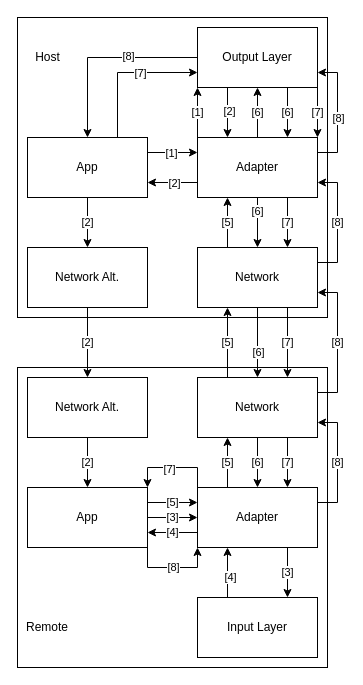
Before: protocol.drawio in loreanvictor/observables-over-boundary, a draw.io diagram. Source tidied: cells renumbered, new cells numbered last; positions are measured from the earlier drawing's top-left corner, leaving out a move shared by most shapes. Both pictures are drawn from the tidied source at 100%, with x=0, y=0 at pixel (17, 17).
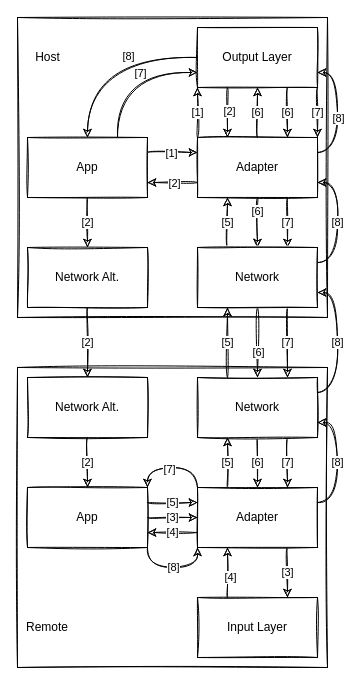
The same diagram, later.

The edit, as a diff of the source:
```diff
@@
-    <mxCell id="2" style="rounded=0;whiteSpace=wrap;html=1;" parent="1" vertex="1">
+    <mxCell id="2" style="whiteSpace=wrap;html=1;sketch=1;" parent="1" vertex="1">
       <mxGeometry y="350" width="310" height="300" as="geometry" />
     </mxCell>
-    <mxCell id="3" style="rounded=0;whiteSpace=wrap;html=1;" parent="1" vertex="1">
+    <mxCell id="3" style="whiteSpace=wrap;html=1;sketch=1;" parent="1" vertex="1">
       <mxGeometry width="310" height="300" as="geometry" />
     </mxCell>
-    <mxCell id="4" style="edgeStyle=orthogonalEdgeStyle;rounded=0;orthogonalLoop=1;jettySize=auto;html=1;exitX=0.5;exitY=1;exitDx=0;exitDy=0;" parent="1" edge="1">
+    <mxCell id="4" style="edgeStyle=orthogonalEdgeStyle;orthogonalLoop=1;jettySize=auto;html=1;exitX=0.5;exitY=1;exitDx=0;exitDy=0;sketch=1;curved=1;" parent="1" edge="1">
       <mxGeometry relative="1" as="geometry">
         <mxPoint x="50" y="220" as="sourcePoint" />
         <mxPoint x="50" y="220" as="targetPoint" />
       </mxGeometry>
     </mxCell>
-    <mxCell id="5" style="edgeStyle=orthogonalEdgeStyle;rounded=0;jettySize=auto;html=1;exitX=1;exitY=0.25;exitDx=0;exitDy=0;entryX=0;entryY=0.25;entryDx=0;entryDy=0;" parent="1" edge="1" source="10" target="20">
+    <mxCell id="5" style="edgeStyle=orthogonalEdgeStyle;jettySize=auto;html=1;exitX=1;exitY=0.25;exitDx=0;exitDy=0;entryX=0;entryY=0.25;entryDx=0;entryDy=0;sketch=1;curved=1;" parent="1" edge="1" source="10" target="20">
       <mxGeometry relative="1" as="geometry" />
     </mxCell>
-    <mxCell id="6" value="[1]" style="edgeLabel;html=1;align=center;verticalAlign=middle;" parent="5" vertex="1">
+    <mxCell id="6" value="[1]" style="edgeLabel;html=1;align=center;verticalAlign=middle;sketch=1;" parent="5" vertex="1">
       <mxGeometry x="-0.08" relative="1" as="geometry" />
     </mxCell>
-    <mxCell id="7" value="[2]" style="edgeStyle=orthogonalEdgeStyle;rounded=0;jettySize=auto;html=1;exitX=0.5;exitY=1;exitDx=0;exitDy=0;entryX=0.5;entryY=0;entryDx=0;entryDy=0;" parent="1" edge="1" source="10" target="29">
+    <mxCell id="7" value="[2]" style="edgeStyle=orthogonalEdgeStyle;jettySize=auto;html=1;exitX=0.5;exitY=1;exitDx=0;exitDy=0;entryX=0.5;entryY=0;entryDx=0;entryDy=0;sketch=1;curved=1;" parent="1" edge="1" source="10" target="29">
       <mxGeometry relative="1" as="geometry" />
     </mxCell>
-    <mxCell id="8" style="edgeStyle=orthogonalEdgeStyle;rounded=0;jettySize=auto;html=1;exitX=0.75;exitY=0;exitDx=0;exitDy=0;entryX=0;entryY=0.75;entryDx=0;entryDy=0;" parent="1" edge="1" source="10" target="27">
+    <mxCell id="8" style="edgeStyle=orthogonalEdgeStyle;jettySize=auto;html=1;exitX=0.75;exitY=0;exitDx=0;exitDy=0;entryX=0;entryY=0.75;entryDx=0;entryDy=0;sketch=1;curved=1;" parent="1" edge="1" source="10" target="27">
       <mxGeometry relative="1" as="geometry" />
     </mxCell>
-    <mxCell id="9" value="[7]" style="edgeLabel;html=1;align=center;verticalAlign=middle;" parent="8" vertex="1">
+    <mxCell id="9" value="[7]" style="edgeLabel;html=1;align=center;verticalAlign=middle;sketch=1;" parent="8" vertex="1">
       <mxGeometry x="0.2" relative="1" as="geometry" />
     </mxCell>
-    <mxCell id="10" value="App" style="rounded=0;whiteSpace=wrap;html=1;" parent="1" vertex="1">
+    <mxCell id="10" value="App" style="whiteSpace=wrap;html=1;sketch=1;" parent="1" vertex="1">
       <mxGeometry x="10" y="120" width="120" height="60" as="geometry" />
     </mxCell>
-    <mxCell id="11" value="[1]" style="edgeStyle=orthogonalEdgeStyle;rounded=0;jettySize=auto;html=1;exitX=0;exitY=0;exitDx=0;exitDy=0;entryX=0;entryY=1;entryDx=0;entryDy=0;" parent="1" edge="1" source="20" target="27">
+    <mxCell id="11" value="[1]" style="edgeStyle=orthogonalEdgeStyle;jettySize=auto;html=1;exitX=0;exitY=0;exitDx=0;exitDy=0;entryX=0;entryY=1;entryDx=0;entryDy=0;sketch=1;curved=1;" parent="1" edge="1" source="20" target="27">
       <mxGeometry relative="1" as="geometry" />
     </mxCell>
-    <mxCell id="12" style="edgeStyle=orthogonalEdgeStyle;rounded=0;jettySize=auto;html=1;exitX=0;exitY=0.75;exitDx=0;exitDy=0;entryX=1;entryY=0.75;entryDx=0;entryDy=0;" parent="1" edge="1" source="20" target="10">
+    <mxCell id="12" style="edgeStyle=orthogonalEdgeStyle;jettySize=auto;html=1;exitX=0;exitY=0.75;exitDx=0;exitDy=0;entryX=1;entryY=0.75;entryDx=0;entryDy=0;sketch=1;curved=1;" parent="1" edge="1" source="20" target="10">
       <mxGeometry relative="1" as="geometry" />
     </mxCell>
-    <mxCell id="13" value="[2]" style="edgeLabel;html=1;align=center;verticalAlign=middle;" parent="12" vertex="1">
+    <mxCell id="13" value="[2]" style="edgeLabel;html=1;align=center;verticalAlign=middle;sketch=1;" parent="12" vertex="1">
       <mxGeometry x="-0.06" relative="1" as="geometry" />
     </mxCell>
-    <mxCell id="14" value="[6]" style="edgeStyle=orthogonalEdgeStyle;rounded=0;jettySize=auto;html=1;exitX=0.5;exitY=0;exitDx=0;exitDy=0;entryX=0.5;entryY=1;entryDx=0;entryDy=0;" parent="1" edge="1" source="20" target="27">
+    <mxCell id="14" value="[6]" style="edgeStyle=orthogonalEdgeStyle;jettySize=auto;html=1;exitX=0.5;exitY=0;exitDx=0;exitDy=0;entryX=0.5;entryY=1;entryDx=0;entryDy=0;sketch=1;curved=1;" parent="1" edge="1" source="20" target="27">
       <mxGeometry relative="1" as="geometry" />
     </mxCell>
-    <mxCell id="15" style="edgeStyle=orthogonalEdgeStyle;rounded=0;jettySize=auto;html=1;exitX=0.5;exitY=1;exitDx=0;exitDy=0;entryX=0.5;entryY=0;entryDx=0;entryDy=0;" parent="1" edge="1" source="20" target="35">
+    <mxCell id="15" style="edgeStyle=orthogonalEdgeStyle;jettySize=auto;html=1;exitX=0.5;exitY=1;exitDx=0;exitDy=0;entryX=0.5;entryY=0;entryDx=0;entryDy=0;sketch=1;curved=1;" parent="1" edge="1" source="20" target="35">
       <mxGeometry relative="1" as="geometry" />
     </mxCell>
-    <mxCell id="16" value="[6]" style="edgeLabel;html=1;align=center;verticalAlign=middle;" parent="15" vertex="1">
+    <mxCell id="16" value="[6]" style="edgeLabel;html=1;align=center;verticalAlign=middle;sketch=1;" parent="15" vertex="1">
       <mxGeometry x="-0.48" y="-1" relative="1" as="geometry" />
     </mxCell>
-    <mxCell id="17" value="[7]" style="edgeStyle=orthogonalEdgeStyle;rounded=0;jettySize=auto;html=1;exitX=0.75;exitY=1;exitDx=0;exitDy=0;entryX=0.75;entryY=0;entryDx=0;entryDy=0;" parent="1" edge="1" source="20" target="35">
+    <mxCell id="17" value="[7]" style="edgeStyle=orthogonalEdgeStyle;jettySize=auto;html=1;exitX=0.75;exitY=1;exitDx=0;exitDy=0;entryX=0.75;entryY=0;entryDx=0;entryDy=0;sketch=1;curved=1;" parent="1" edge="1" source="20" target="35">
       <mxGeometry relative="1" as="geometry" />
     </mxCell>
-    <mxCell id="18" style="edgeStyle=orthogonalEdgeStyle;rounded=0;jettySize=auto;html=1;exitX=1;exitY=0.25;exitDx=0;exitDy=0;entryX=1;entryY=0.75;entryDx=0;entryDy=0;" parent="1" edge="1" source="20" target="27">
+    <mxCell id="18" style="edgeStyle=orthogonalEdgeStyle;jettySize=auto;html=1;exitX=1;exitY=0.25;exitDx=0;exitDy=0;entryX=1;entryY=0.75;entryDx=0;entryDy=0;sketch=1;curved=1;" parent="1" edge="1" source="20" target="27">
       <mxGeometry relative="1" as="geometry" />
     </mxCell>
-    <mxCell id="19" value="[8]" style="edgeLabel;html=1;align=center;verticalAlign=middle;" parent="18" vertex="1">
+    <mxCell id="19" value="[8]" style="edgeLabel;html=1;align=center;verticalAlign=middle;sketch=1;" parent="18" vertex="1">
       <mxGeometry x="-0.09" relative="1" as="geometry" />
     </mxCell>
-    <mxCell id="20" value="Adapter" style="rounded=0;whiteSpace=wrap;html=1;" parent="1" vertex="1">
+    <mxCell id="20" value="Adapter" style="whiteSpace=wrap;html=1;sketch=1;" parent="1" vertex="1">
       <mxGeometry x="180" y="120" width="120" height="60" as="geometry" />
     </mxCell>
-    <mxCell id="21" style="edgeStyle=orthogonalEdgeStyle;rounded=0;jettySize=auto;html=1;entryX=0.25;entryY=0;entryDx=0;entryDy=0;exitX=0.25;exitY=1;exitDx=0;exitDy=0;" parent="1" edge="1" source="27" target="20">
+    <mxCell id="21" style="edgeStyle=orthogonalEdgeStyle;jettySize=auto;html=1;entryX=0.25;entryY=0;entryDx=0;entryDy=0;exitX=0.25;exitY=1;exitDx=0;exitDy=0;sketch=1;curved=1;" parent="1" edge="1" source="27" target="20">
       <mxGeometry relative="1" as="geometry" />
     </mxCell>
-    <mxCell id="22" value="[2]" style="edgeLabel;html=1;align=center;verticalAlign=middle;" parent="21" vertex="1">
+    <mxCell id="22" value="[2]" style="edgeLabel;html=1;align=center;verticalAlign=middle;sketch=1;" parent="21" vertex="1">
       <mxGeometry x="-0.09" y="1" relative="1" as="geometry" />
     </mxCell>
-    <mxCell id="23" value="[6]" style="edgeStyle=orthogonalEdgeStyle;rounded=0;jettySize=auto;html=1;exitX=0.75;exitY=1;exitDx=0;exitDy=0;entryX=0.75;entryY=0;entryDx=0;entryDy=0;" parent="1" edge="1" source="27" target="20">
+    <mxCell id="23" value="[6]" style="edgeStyle=orthogonalEdgeStyle;jettySize=auto;html=1;exitX=0.75;exitY=1;exitDx=0;exitDy=0;entryX=0.75;entryY=0;entryDx=0;entryDy=0;sketch=1;curved=1;" parent="1" edge="1" source="27" target="20">
       <mxGeometry relative="1" as="geometry" />
     </mxCell>
-    <mxCell id="24" value="[7]" style="edgeStyle=orthogonalEdgeStyle;rounded=0;jettySize=auto;html=1;exitX=1;exitY=1;exitDx=0;exitDy=0;entryX=1;entryY=0;entryDx=0;entryDy=0;" parent="1" edge="1" source="27" target="20">
+    <mxCell id="24" value="[7]" style="edgeStyle=orthogonalEdgeStyle;jettySize=auto;html=1;exitX=1;exitY=1;exitDx=0;exitDy=0;entryX=1;entryY=0;entryDx=0;entryDy=0;sketch=1;curved=1;" parent="1" edge="1" source="27" target="20">
       <mxGeometry relative="1" as="geometry" />
     </mxCell>
-    <mxCell id="25" style="edgeStyle=orthogonalEdgeStyle;rounded=0;jettySize=auto;html=1;exitX=0;exitY=0.5;exitDx=0;exitDy=0;entryX=0.5;entryY=0;entryDx=0;entryDy=0;" parent="1" edge="1" source="27" target="10">
+    <mxCell id="25" style="edgeStyle=orthogonalEdgeStyle;jettySize=auto;html=1;exitX=0;exitY=0.5;exitDx=0;exitDy=0;entryX=0.5;entryY=0;entryDx=0;entryDy=0;sketch=1;curved=1;" parent="1" edge="1" source="27" target="10">
       <mxGeometry relative="1" as="geometry" />
     </mxCell>
-    <mxCell id="26" value="[8]" style="edgeLabel;html=1;align=center;verticalAlign=middle;" parent="25" vertex="1">
+    <mxCell id="26" value="[8]" style="edgeLabel;html=1;align=center;verticalAlign=middle;sketch=1;" parent="25" vertex="1">
       <mxGeometry x="-0.26" y="-2" relative="1" as="geometry" />
     </mxCell>
-    <mxCell id="27" value="Output Layer" style="rounded=0;whiteSpace=wrap;html=1;" parent="1" vertex="1">
+    <mxCell id="27" value="Output Layer" style="whiteSpace=wrap;html=1;sketch=1;" parent="1" vertex="1">
       <mxGeometry x="180" y="10" width="120" height="60" as="geometry" />
     </mxCell>
-    <mxCell id="28" value="[2]" style="edgeStyle=orthogonalEdgeStyle;rounded=0;jettySize=auto;html=1;exitX=0.5;exitY=1;exitDx=0;exitDy=0;entryX=0.5;entryY=0;entryDx=0;entryDy=0;" parent="1" edge="1" source="29" target="39">
+    <mxCell id="28" value="[2]" style="edgeStyle=orthogonalEdgeStyle;jettySize=auto;html=1;exitX=0.5;exitY=1;exitDx=0;exitDy=0;entryX=0.5;entryY=0;entryDx=0;entryDy=0;sketch=1;curved=1;" parent="1" edge="1" source="29" target="39">
       <mxGeometry relative="1" as="geometry" />
     </mxCell>
-    <mxCell id="29" value="Network Alt." style="rounded=0;whiteSpace=wrap;html=1;" parent="1" vertex="1">
+    <mxCell id="29" value="Network Alt." style="whiteSpace=wrap;html=1;sketch=1;" parent="1" vertex="1">
       <mxGeometry x="10" y="230" width="120" height="60" as="geometry" />
     </mxCell>
-    <mxCell id="30" value="[5]" style="edgeStyle=orthogonalEdgeStyle;rounded=0;jettySize=auto;html=1;exitX=0.25;exitY=0;exitDx=0;exitDy=0;entryX=0.25;entryY=1;entryDx=0;entryDy=0;" parent="1" edge="1" source="35" target="20">
+    <mxCell id="30" value="[5]" style="edgeStyle=orthogonalEdgeStyle;jettySize=auto;html=1;exitX=0.25;exitY=0;exitDx=0;exitDy=0;entryX=0.25;entryY=1;entryDx=0;entryDy=0;sketch=1;curved=1;" parent="1" edge="1" source="35" target="20">
       <mxGeometry relative="1" as="geometry" />
     </mxCell>
-    <mxCell id="31" style="edgeStyle=orthogonalEdgeStyle;rounded=0;jettySize=auto;html=1;exitX=0.5;exitY=1;exitDx=0;exitDy=0;entryX=0.5;entryY=0;entryDx=0;entryDy=0;" parent="1" edge="1" source="35" target="49">
+    <mxCell id="31" style="edgeStyle=orthogonalEdgeStyle;jettySize=auto;html=1;exitX=0.5;exitY=1;exitDx=0;exitDy=0;entryX=0.5;entryY=0;entryDx=0;entryDy=0;sketch=1;curved=1;" parent="1" edge="1" source="35" target="49">
       <mxGeometry relative="1" as="geometry" />
     </mxCell>
-    <mxCell id="32" value="[6]" style="edgeLabel;html=1;align=center;verticalAlign=middle;" parent="31" vertex="1">
+    <mxCell id="32" value="[6]" style="edgeLabel;html=1;align=center;verticalAlign=middle;sketch=1;" parent="31" vertex="1">
       <mxGeometry x="0.25" relative="1" as="geometry" />
     </mxCell>
-    <mxCell id="33" value="[7]" style="edgeStyle=orthogonalEdgeStyle;rounded=0;jettySize=auto;html=1;exitX=0.75;exitY=1;exitDx=0;exitDy=0;entryX=0.75;entryY=0;entryDx=0;entryDy=0;" parent="1" edge="1" source="35" target="49">
+    <mxCell id="33" value="[7]" style="edgeStyle=orthogonalEdgeStyle;jettySize=auto;html=1;exitX=0.75;exitY=1;exitDx=0;exitDy=0;entryX=0.75;entryY=0;entryDx=0;entryDy=0;sketch=1;curved=1;" parent="1" edge="1" source="35" target="49">
       <mxGeometry relative="1" as="geometry" />
     </mxCell>
-    <mxCell id="34" value="[8]" style="edgeStyle=orthogonalEdgeStyle;rounded=0;jettySize=auto;html=1;exitX=1;exitY=0.25;exitDx=0;exitDy=0;entryX=1;entryY=0.75;entryDx=0;entryDy=0;" parent="1" edge="1" source="35" target="20">
+    <mxCell id="34" value="[8]" style="edgeStyle=orthogonalEdgeStyle;jettySize=auto;html=1;exitX=1;exitY=0.25;exitDx=0;exitDy=0;entryX=1;entryY=0.75;entryDx=0;entryDy=0;sketch=1;curved=1;" parent="1" edge="1" source="35" target="20">
       <mxGeometry relative="1" as="geometry" />
     </mxCell>
-    <mxCell id="35" value="Network" style="rounded=0;whiteSpace=wrap;html=1;" parent="1" vertex="1">
+    <mxCell id="35" value="Network" style="whiteSpace=wrap;html=1;sketch=1;" parent="1" vertex="1">
       <mxGeometry x="180" y="230" width="120" height="60" as="geometry" />
     </mxCell>
-    <mxCell id="36" value="Host" style="text;html=1;align=center;verticalAlign=middle;" parent="1" vertex="1">
+    <mxCell id="36" value="Host" style="text;html=1;align=center;verticalAlign=middle;sketch=1;" parent="1" vertex="1">
       <mxGeometry x="10" y="30" width="40" height="20" as="geometry" />
     </mxCell>
-    <mxCell id="37" value="Remote" style="text;html=1;strokeColor=none;fillColor=none;align=center;verticalAlign=middle;whiteSpace=wrap;rounded=0;" parent="1" vertex="1">
+    <mxCell id="37" value="Remote" style="text;html=1;strokeColor=none;fillColor=none;align=center;verticalAlign=middle;whiteSpace=wrap;sketch=1;" parent="1" vertex="1">
       <mxGeometry x="10" y="600" width="40" height="20" as="geometry" />
     </mxCell>
-    <mxCell id="38" value="[2]" style="edgeStyle=orthogonalEdgeStyle;rounded=0;jettySize=auto;html=1;exitX=0.5;exitY=1;exitDx=0;exitDy=0;entryX=0.5;entryY=0;entryDx=0;entryDy=0;" parent="1" edge="1" source="39" target="44">
+    <mxCell id="38" value="[2]" style="edgeStyle=orthogonalEdgeStyle;jettySize=auto;html=1;exitX=0.5;exitY=1;exitDx=0;exitDy=0;entryX=0.5;entryY=0;entryDx=0;entryDy=0;sketch=1;curved=1;" parent="1" edge="1" source="39" target="44">
       <mxGeometry relative="1" as="geometry" />
     </mxCell>
-    <mxCell id="39" value="Network Alt." style="rounded=0;whiteSpace=wrap;html=1;" parent="1" vertex="1">
+    <mxCell id="39" value="Network Alt." style="whiteSpace=wrap;html=1;sketch=1;" parent="1" vertex="1">
       <mxGeometry x="10" y="360" width="120" height="60" as="geometry" />
     </mxCell>
-    <mxCell id="40" value="[3]" style="edgeStyle=orthogonalEdgeStyle;rounded=0;jettySize=auto;html=1;exitX=1;exitY=0.5;exitDx=0;exitDy=0;entryX=0;entryY=0.5;entryDx=0;entryDy=0;" parent="1" edge="1" source="44" target="56">
+    <mxCell id="40" value="[3]" style="edgeStyle=orthogonalEdgeStyle;jettySize=auto;html=1;exitX=1;exitY=0.5;exitDx=0;exitDy=0;entryX=0;entryY=0.5;entryDx=0;entryDy=0;sketch=1;curved=1;" parent="1" edge="1" source="44" target="56">
       <mxGeometry relative="1" as="geometry" />
     </mxCell>
-    <mxCell id="41" value="[5]" style="edgeStyle=orthogonalEdgeStyle;rounded=0;jettySize=auto;html=1;exitX=1;exitY=0.25;exitDx=0;exitDy=0;entryX=0;entryY=0.25;entryDx=0;entryDy=0;" parent="1" edge="1" source="44" target="56">
+    <mxCell id="41" value="[5]" style="edgeStyle=orthogonalEdgeStyle;jettySize=auto;html=1;exitX=1;exitY=0.25;exitDx=0;exitDy=0;entryX=0;entryY=0.25;entryDx=0;entryDy=0;sketch=1;curved=1;" parent="1" edge="1" source="44" target="56">
       <mxGeometry relative="1" as="geometry" />
     </mxCell>
-    <mxCell id="42" style="edgeStyle=orthogonalEdgeStyle;rounded=0;jettySize=auto;html=1;exitX=1;exitY=1;exitDx=0;exitDy=0;entryX=0;entryY=1;entryDx=0;entryDy=0;" parent="1" edge="1" source="44" target="56">
+    <mxCell id="42" style="edgeStyle=orthogonalEdgeStyle;jettySize=auto;html=1;exitX=1;exitY=1;exitDx=0;exitDy=0;entryX=0;entryY=1;entryDx=0;entryDy=0;sketch=1;curved=1;" parent="1" edge="1" source="44" target="56">
       <mxGeometry relative="1" as="geometry" />
     </mxCell>
-    <mxCell id="43" value="[8]" style="edgeLabel;html=1;align=center;verticalAlign=middle;" parent="42" vertex="1">
+    <mxCell id="43" value="[8]" style="edgeLabel;html=1;align=center;verticalAlign=middle;sketch=1;" parent="42" vertex="1">
       <mxGeometry x="0.01" y="1" relative="1" as="geometry" />
     </mxCell>
-    <mxCell id="44" value="App" style="rounded=0;whiteSpace=wrap;html=1;" parent="1" vertex="1">
+    <mxCell id="44" value="App" style="whiteSpace=wrap;html=1;sketch=1;" parent="1" vertex="1">
       <mxGeometry x="10" y="470" width="120" height="60" as="geometry" />
     </mxCell>
-    <mxCell id="45" value="[5]" style="edgeStyle=orthogonalEdgeStyle;rounded=0;jettySize=auto;html=1;exitX=0.25;exitY=0;exitDx=0;exitDy=0;entryX=0.25;entryY=1;entryDx=0;entryDy=0;" parent="1" edge="1" source="49" target="35">
+    <mxCell id="45" value="[5]" style="edgeStyle=orthogonalEdgeStyle;jettySize=auto;html=1;exitX=0.25;exitY=0;exitDx=0;exitDy=0;entryX=0.25;entryY=1;entryDx=0;entryDy=0;sketch=1;curved=1;" parent="1" edge="1" source="49" target="35">
       <mxGeometry relative="1" as="geometry" />
     </mxCell>
-    <mxCell id="46" value="[6]" style="edgeStyle=orthogonalEdgeStyle;rounded=0;jettySize=auto;html=1;exitX=0.5;exitY=1;exitDx=0;exitDy=0;" parent="1" edge="1" source="49" target="56">
+    <mxCell id="46" value="[6]" style="edgeStyle=orthogonalEdgeStyle;jettySize=auto;html=1;exitX=0.5;exitY=1;exitDx=0;exitDy=0;sketch=1;curved=1;" parent="1" edge="1" source="49" target="56">
       <mxGeometry relative="1" as="geometry" />
     </mxCell>
-    <mxCell id="47" value="[7]" style="edgeStyle=orthogonalEdgeStyle;rounded=0;jettySize=auto;html=1;exitX=0.75;exitY=1;exitDx=0;exitDy=0;entryX=0.75;entryY=0;entryDx=0;entryDy=0;" parent="1" edge="1" source="49" target="56">
+    <mxCell id="47" value="[7]" style="edgeStyle=orthogonalEdgeStyle;jettySize=auto;html=1;exitX=0.75;exitY=1;exitDx=0;exitDy=0;entryX=0.75;entryY=0;entryDx=0;entryDy=0;sketch=1;curved=1;" parent="1" edge="1" source="49" target="56">
       <mxGeometry relative="1" as="geometry" />
     </mxCell>
-    <mxCell id="48" value="[8]" style="edgeStyle=orthogonalEdgeStyle;rounded=0;jettySize=auto;html=1;exitX=1;exitY=0.25;exitDx=0;exitDy=0;entryX=1;entryY=0.75;entryDx=0;entryDy=0;" parent="1" edge="1" source="49" target="35">
+    <mxCell id="48" value="[8]" style="edgeStyle=orthogonalEdgeStyle;jettySize=auto;html=1;exitX=1;exitY=0.25;exitDx=0;exitDy=0;entryX=1;entryY=0.75;entryDx=0;entryDy=0;sketch=1;curved=1;" parent="1" edge="1" source="49" target="35">
       <mxGeometry relative="1" as="geometry" />
     </mxCell>
-    <mxCell id="49" value="Network" style="rounded=0;whiteSpace=wrap;html=1;" parent="1" vertex="1">
+    <mxCell id="49" value="Network" style="whiteSpace=wrap;html=1;sketch=1;" parent="1" vertex="1">
       <mxGeometry x="180" y="360" width="120" height="60" as="geometry" />
     </mxCell>
-    <mxCell id="50" value="[3]" style="edgeStyle=orthogonalEdgeStyle;rounded=0;jettySize=auto;html=1;exitX=0.75;exitY=1;exitDx=0;exitDy=0;entryX=0.75;entryY=0;entryDx=0;entryDy=0;" parent="1" edge="1" source="56" target="59">
+    <mxCell id="50" value="[3]" style="edgeStyle=orthogonalEdgeStyle;jettySize=auto;html=1;exitX=0.75;exitY=1;exitDx=0;exitDy=0;entryX=0.75;entryY=0;entryDx=0;entryDy=0;sketch=1;curved=1;" parent="1" edge="1" source="56" target="59">
       <mxGeometry relative="1" as="geometry" />
     </mxCell>
-    <mxCell id="51" value="[4]" style="edgeStyle=orthogonalEdgeStyle;rounded=0;jettySize=auto;html=1;exitX=0;exitY=0.75;exitDx=0;exitDy=0;entryX=1;entryY=0.75;entryDx=0;entryDy=0;" parent="1" edge="1" source="56" target="44">
+    <mxCell id="51" value="[4]" style="edgeStyle=orthogonalEdgeStyle;jettySize=auto;html=1;exitX=0;exitY=0.75;exitDx=0;exitDy=0;entryX=1;entryY=0.75;entryDx=0;entryDy=0;sketch=1;curved=1;" parent="1" edge="1" source="56" target="44">
       <mxGeometry relative="1" as="geometry" />
     </mxCell>
-    <mxCell id="52" value="[5]" style="edgeStyle=orthogonalEdgeStyle;rounded=0;jettySize=auto;html=1;exitX=0.25;exitY=0;exitDx=0;exitDy=0;entryX=0.25;entryY=1;entryDx=0;entryDy=0;" parent="1" edge="1" source="56" target="49">
+    <mxCell id="52" value="[5]" style="edgeStyle=orthogonalEdgeStyle;jettySize=auto;html=1;exitX=0.25;exitY=0;exitDx=0;exitDy=0;entryX=0.25;entryY=1;entryDx=0;entryDy=0;sketch=1;curved=1;" parent="1" edge="1" source="56" target="49">
       <mxGeometry relative="1" as="geometry" />
     </mxCell>
-    <mxCell id="53" style="edgeStyle=orthogonalEdgeStyle;rounded=0;jettySize=auto;html=1;exitX=0;exitY=0;exitDx=0;exitDy=0;entryX=1;entryY=0;entryDx=0;entryDy=0;" parent="1" edge="1" source="56" target="44">
+    <mxCell id="53" style="edgeStyle=orthogonalEdgeStyle;jettySize=auto;html=1;exitX=0;exitY=0;exitDx=0;exitDy=0;entryX=1;entryY=0;entryDx=0;entryDy=0;sketch=1;curved=1;" parent="1" edge="1" source="56" target="44">
       <mxGeometry relative="1" as="geometry" />
     </mxCell>
-    <mxCell id="54" value="[7]" style="edgeLabel;html=1;align=center;verticalAlign=middle;" parent="53" vertex="1">
+    <mxCell id="54" value="[7]" style="edgeLabel;html=1;align=center;verticalAlign=middle;sketch=1;" parent="53" vertex="1">
       <mxGeometry x="0.09" y="1" relative="1" as="geometry" />
     </mxCell>
-    <mxCell id="55" value="[8]" style="edgeStyle=orthogonalEdgeStyle;rounded=0;jettySize=auto;html=1;exitX=1;exitY=0.25;exitDx=0;exitDy=0;entryX=1;entryY=0.75;entryDx=0;entryDy=0;" parent="1" edge="1" source="56" target="49">
+    <mxCell id="55" value="[8]" style="edgeStyle=orthogonalEdgeStyle;jettySize=auto;html=1;exitX=1;exitY=0.25;exitDx=0;exitDy=0;entryX=1;entryY=0.75;entryDx=0;entryDy=0;sketch=1;curved=1;" parent="1" edge="1" source="56" target="49">
       <mxGeometry relative="1" as="geometry" />
     </mxCell>
-    <mxCell id="56" value="Adapter" style="rounded=0;whiteSpace=wrap;html=1;" parent="1" vertex="1">
+    <mxCell id="56" value="Adapter" style="whiteSpace=wrap;html=1;sketch=1;" parent="1" vertex="1">
       <mxGeometry x="180" y="470" width="120" height="60" as="geometry" />
     </mxCell>
-    <mxCell id="57" style="edgeStyle=orthogonalEdgeStyle;rounded=0;jettySize=auto;html=1;exitX=0.25;exitY=0;exitDx=0;exitDy=0;entryX=0.25;entryY=1;entryDx=0;entryDy=0;" parent="1" edge="1" source="59" target="56">
+    <mxCell id="57" style="edgeStyle=orthogonalEdgeStyle;jettySize=auto;html=1;exitX=0.25;exitY=0;exitDx=0;exitDy=0;entryX=0.25;entryY=1;entryDx=0;entryDy=0;sketch=1;curved=1;" parent="1" edge="1" source="59" target="56">
       <mxGeometry relative="1" as="geometry" />
     </mxCell>
-    <mxCell id="58" value="[4]" style="edgeLabel;html=1;align=center;verticalAlign=middle;" parent="57" vertex="1">
+    <mxCell id="58" value="[4]" style="edgeLabel;html=1;align=center;verticalAlign=middle;sketch=1;" parent="57" vertex="1">
       <mxGeometry x="-0.15" y="-2" relative="1" as="geometry" />
     </mxCell>
-    <mxCell id="59" value="Input Layer" style="rounded=0;whiteSpace=wrap;html=1;" parent="1" vertex="1">
+    <mxCell id="59" value="Input Layer" style="whiteSpace=wrap;html=1;sketch=1;" parent="1" vertex="1">
       <mxGeometry x="180" y="580" width="120" height="60" as="geometry" />
     </mxCell>
```
